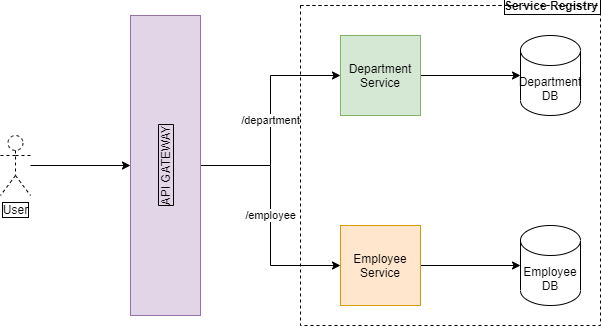
Before: docs/microservices-demo.png, a diagram exported from draw.io (jkrishnarao2003/microservices-demo). Source tidied: cells renumbered, new cells last; positions are measured from the earlier drawing's top-left corner, leaving out a move shared by most shapes.
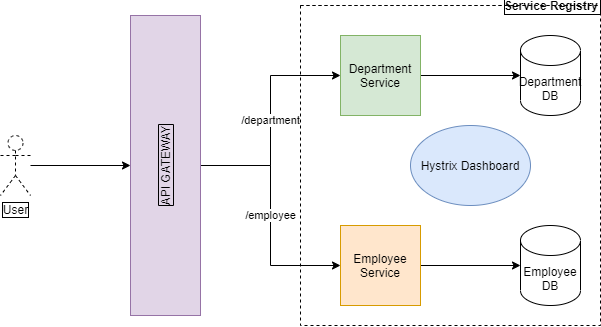
After the change.

What changed in the source:
```diff
@@ -23,6 +23,9 @@
     <mxCell id="8" value="Service Registry" style="swimlane;startSize=0;align=right;labelBorderColor=#000000;labelBackgroundColor=none;dashed=1;" parent="1" vertex="1">
       <mxGeometry x="300" width="300" height="320" as="geometry" />
     </mxCell>
+    <mxCell id="14" value="Hystrix Dashboard" style="ellipse;whiteSpace=wrap;html=1;fillColor=#dae8fc;strokeColor=#6c8ebf;" parent="8" vertex="1">
+      <mxGeometry x="110" y="120" width="120" height="80" as="geometry" />
+    </mxCell>
     <mxCell id="9" style="edgeStyle=orthogonalEdgeStyle;rounded=0;jettySize=auto;html=1;" parent="1" edge="1" source="10" target="13">
       <mxGeometry relative="1" as="geometry" />
     </mxCell>
```
